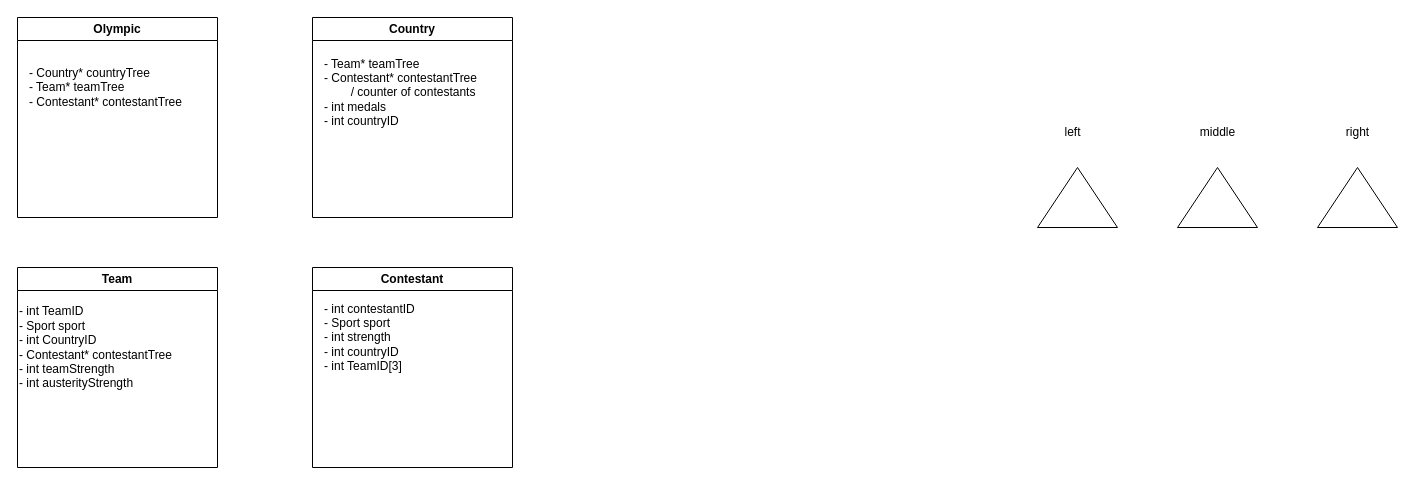
Earlier version of the draw.io diagram Additional reading material/Wet 1.drawio (ayals99/Wet-1--Data-Structures). Source tidied: cells renumbered, new cells numbered last; positions are measured from the earlier drawing's top-left corner, leaving out a move shared by most shapes. Both pictures are drawn from the tidied source at 100%, with x=0, y=0 at pixel (17, 17).
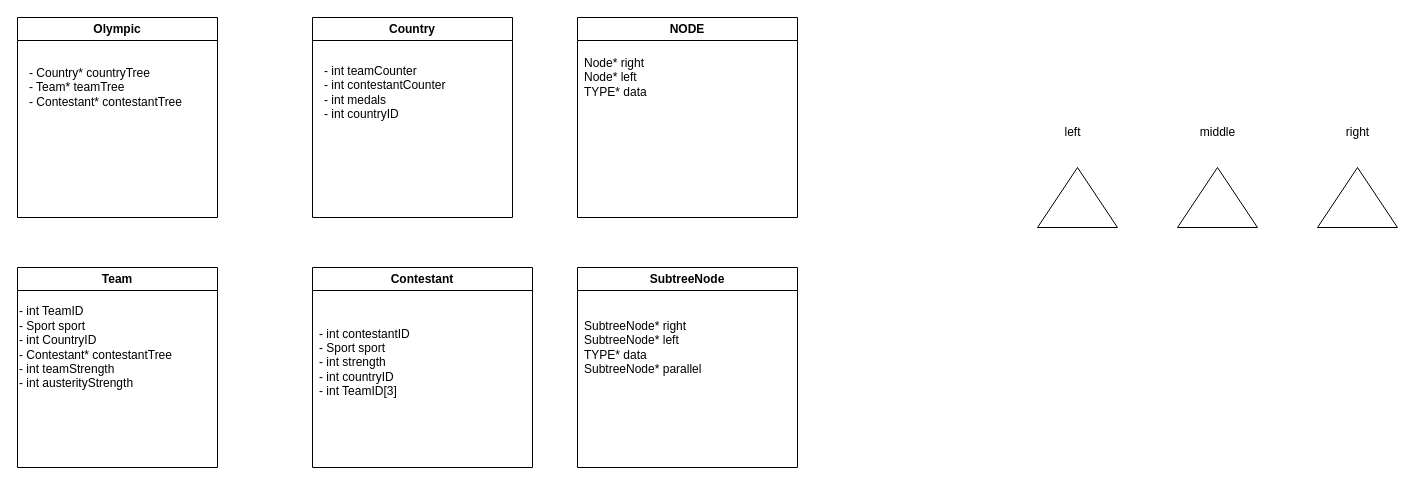
The same diagram, later.

The edit, as a diff of the source:
```diff
@@
 <mxGraphModel>
   <root>
     <mxCell id="0" />
     <mxCell id="1" parent="0" />
     <mxCell id="2" value="Olympic" style="swimlane;whiteSpace=wrap;html=1;" parent="1" vertex="1">
       <mxGeometry width="200" height="200" as="geometry" />
     </mxCell>
     <mxCell id="3" value="- Country* countryTree&lt;br&gt;- Team* teamTree&lt;br&gt;- Contestant* contestantTree&lt;br&gt;" style="text;html=1;align=left;verticalAlign=middle;strokeColor=none;fillColor=none;" parent="2" vertex="1">
       <mxGeometry x="10" y="40" width="180" height="60" as="geometry" />
     </mxCell>
     <mxCell id="4" value="Country" style="swimlane;whiteSpace=wrap;html=1;" parent="1" vertex="1">
       <mxGeometry x="295" width="200" height="200" as="geometry" />
     </mxCell>
-    <mxCell id="5" value="- Team* teamTree&lt;br&gt;- Contestant* contestantTree&lt;br&gt;&lt;span style=&quot;white-space: pre;&quot;&gt;&#9;&lt;/span&gt;/ counter of contestants&lt;br&gt;- int medals&lt;br&gt;- int countryID" style="text;html=1;align=left;verticalAlign=middle;strokeColor=none;fillColor=none;" parent="4" vertex="1">
-      <mxGeometry x="10" y="30" width="180" height="90" as="geometry" />
+    <mxCell id="5" value="- int teamCounter&lt;br&gt;- int contestantCounter&lt;br&gt;- int medals&lt;br&gt;- int countryID" style="text;html=1;align=left;verticalAlign=middle;strokeColor=none;fillColor=none;" parent="4" vertex="1">
+      <mxGeometry x="10" y="40" width="140" height="70" as="geometry" />
     </mxCell>
     <mxCell id="6" value="Team" style="swimlane;whiteSpace=wrap;html=1;" parent="1" vertex="1">
       <mxGeometry y="250" width="200" height="200" as="geometry" />
     </mxCell>
     <mxCell id="7" value="- int TeamID&lt;br&gt;- Sport sport&lt;br&gt;- int CountryID&lt;br&gt;- Contestant* contestantTree&lt;br&gt;- int teamStrength&lt;br&gt;- int austerityStrength" style="text;html=1;align=left;verticalAlign=middle;strokeColor=none;fillColor=none;" parent="6" vertex="1">
       <mxGeometry y="30" width="180" height="100" as="geometry" />
     </mxCell>
     <mxCell id="8" value="Contestant" style="swimlane;whiteSpace=wrap;html=1;" parent="1" vertex="1">
-      <mxGeometry x="295" y="250" width="200" height="200" as="geometry" />
+      <mxGeometry x="295" y="250" width="220" height="200" as="geometry" />
     </mxCell>
-    <mxCell id="9" value="- int contestantID&lt;br&gt;- Sport sport&lt;br&gt;- int strength&lt;br&gt;- int countryID&lt;br&gt;- int TeamID[3]" style="text;html=1;align=left;verticalAlign=middle;strokeColor=none;fillColor=none;" parent="8" vertex="1">
-      <mxGeometry x="10" y="25" width="110" height="90" as="geometry" />
+    <mxCell id="9" value="- int contestantID&lt;br&gt;- Sport sport&lt;br&gt;- int strength&lt;br&gt;- int countryID&lt;br&gt;- int TeamID[3]&lt;br&gt;" style="text;html=1;align=left;verticalAlign=middle;strokeColor=none;fillColor=none;" parent="8" vertex="1">
+      <mxGeometry x="5" y="50" width="110" height="90" as="geometry" />
     </mxCell>
     <mxCell id="10" style="triangle;whiteSpace=wrap;html=1;rotation=-90;" parent="1" vertex="1">
       <mxGeometry x="1030" y="140" width="60" height="80" as="geometry" />
     </mxCell>
     <mxCell id="11" style="triangle;whiteSpace=wrap;html=1;rotation=-90;" parent="1" vertex="1">
       <mxGeometry x="1170" y="140" width="60" height="80" as="geometry" />
     </mxCell>
     <mxCell id="12" style="triangle;whiteSpace=wrap;html=1;rotation=-90;" parent="1" vertex="1">
       <mxGeometry x="1310" y="140" width="60" height="80" as="geometry" />
     </mxCell>
     <mxCell id="13" value="left" style="text;html=1;align=center;verticalAlign=middle;strokeColor=none;fillColor=none;" parent="1" vertex="1">
       <mxGeometry x="1035" y="100" width="40" height="30" as="geometry" />
     </mxCell>
     <mxCell id="14" value="middle" style="text;html=1;align=center;verticalAlign=middle;strokeColor=none;fillColor=none;" parent="1" vertex="1">
       <mxGeometry x="1170" y="100" width="60" height="30" as="geometry" />
     </mxCell>
     <mxCell id="15" value="right" style="text;html=1;align=center;verticalAlign=middle;strokeColor=none;fillColor=none;" parent="1" vertex="1">
       <mxGeometry x="1315" y="100" width="50" height="30" as="geometry" />
     </mxCell>
+    <mxCell id="16" value="NODE" style="swimlane;whiteSpace=wrap;html=1;" parent="1" vertex="1">
+      <mxGeometry x="560" width="220" height="200" as="geometry" />
+    </mxCell>
+    <mxCell id="17" value="Node* right&lt;br&gt;Node*&amp;nbsp;left&lt;br&gt;TYPE* data" style="text;html=1;align=left;verticalAlign=middle;strokeColor=none;fillColor=none;" parent="16" vertex="1">
+      <mxGeometry x="5" y="30" width="90" height="60" as="geometry" />
+    </mxCell>
+    <mxCell id="18" value="SubtreeNode" style="swimlane;whiteSpace=wrap;html=1;" parent="1" vertex="1">
+      <mxGeometry x="560" y="250" width="220" height="200" as="geometry" />
+    </mxCell>
+    <mxCell id="19" value="SubtreeNode* right&lt;br&gt;SubtreeNode* left&lt;br&gt;TYPE* data&lt;br&gt;SubtreeNode* parallel" style="text;html=1;align=left;verticalAlign=middle;strokeColor=none;fillColor=none;" parent="18" vertex="1">
+      <mxGeometry x="5" y="45" width="140" height="70" as="geometry" />
+    </mxCell>
   </root>
 </mxGraphModel>
```
